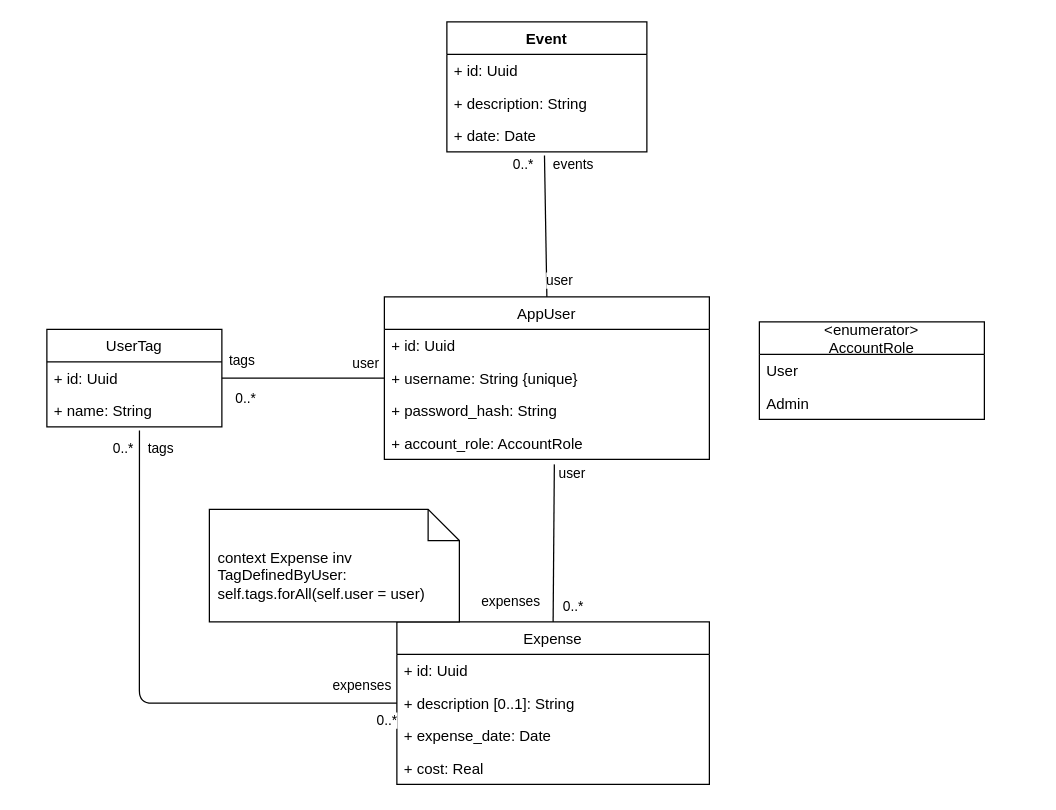
Before: documentation/backend.drawio in Pralkopodobny/snail-soup, a draw.io diagram. Source tidied: cells renumbered, new cells numbered last; positions are measured from the earlier drawing's top-left corner, leaving out a move shared by most shapes. Both pictures are drawn from the tidied source at 125%, with x=0, y=0 at pixel (46, 21).
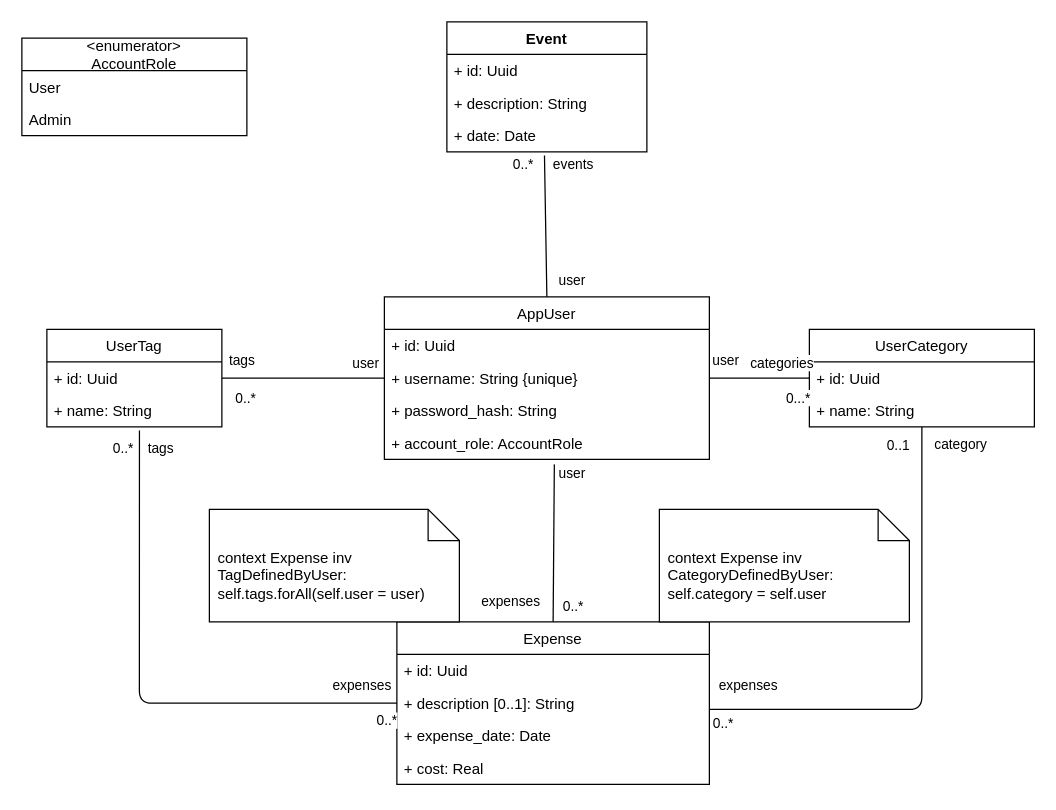
The same diagram, later.

Unchanged cells that the change refers to:
```xml
<mxCell id="9" value="+ username: String {unique}" style="text;strokeColor=none;fillColor=none;align=left;verticalAlign=top;spacingLeft=4;spacingRight=4;overflow=hidden;points=[[0,0.5],[1,0.5]];portConstraint=eastwest;" parent="7" vertex="1">
  <mxGeometry y="52" width="260" height="26" as="geometry" />
</mxCell>
<mxCell id="36" style="endArrow=none;html=1;entryX=0.488;entryY=1.115;entryDx=0;entryDy=0;entryPerimeter=0;exitX=0.5;exitY=0;exitDx=0;exitDy=0;" parent="1" edge="1" source="7" target="35">
  <mxGeometry relative="1" as="geometry" />
</mxCell>
```

Change to the diagram source:
```diff
@@
     <mxCell id="12" value="&lt;enumerator&gt;&#10;AccountRole" style="swimlane;fontStyle=0;horizontal=1;startSize=26;fillColor=none;" parent="1" vertex="1">
-      <mxGeometry x="570" y="240" width="180" height="78" as="geometry" />
+      <mxGeometry x="-20" y="13" width="180" height="78" as="geometry" />
     </mxCell>
@@
     <mxCell id="37" value="user" style="edgeLabel;html=1;align=center;verticalAlign=middle;" parent="36" vertex="1">
       <mxGeometry x="-0.77" y="-1" relative="1" as="geometry">
-        <mxPoint x="9" as="offset" />
+        <mxPoint x="19" as="offset" />
       </mxGeometry>
     </mxCell>
@@
+    <mxCell id="40" value="UserCategory" style="swimlane;fontStyle=0;horizontal=1;startSize=26;fillColor=none;" parent="1" vertex="1">
+      <mxGeometry x="610" y="246" width="180" height="78" as="geometry" />
+    </mxCell>
+    <mxCell id="41" value="+ id: Uuid" style="text;strokeColor=none;fillColor=none;align=left;verticalAlign=top;spacingLeft=4;spacingRight=4;overflow=hidden;points=[[0,0.5],[1,0.5]];portConstraint=eastwest;" parent="40" vertex="1">
+      <mxGeometry y="26" width="180" height="26" as="geometry" />
+    </mxCell>
+    <mxCell id="42" value="+ name: String" style="text;strokeColor=none;fillColor=none;align=left;verticalAlign=top;spacingLeft=4;spacingRight=4;overflow=hidden;" parent="40" vertex="1">
+      <mxGeometry y="52" width="180" height="26" as="geometry" />
+    </mxCell>
+    <mxCell id="43" style="edgeStyle=none;html=1;endArrow=none;endFill=0;" parent="1" edge="1" source="9" target="41">
+      <mxGeometry relative="1" as="geometry" />
+    </mxCell>
+    <mxCell id="44" value="categories" style="edgeLabel;html=1;align=center;verticalAlign=middle;" parent="43" vertex="1">
+      <mxGeometry x="0.59" y="-1" relative="1" as="geometry">
+        <mxPoint x="-7" y="-14" as="offset" />
+      </mxGeometry>
+    </mxCell>
+    <mxCell id="45" value="0...*" style="edgeLabel;html=1;align=center;verticalAlign=middle;" parent="43" vertex="1">
+      <mxGeometry x="0.74" relative="1" as="geometry">
+        <mxPoint y="15" as="offset" />
+      </mxGeometry>
+    </mxCell>
+    <mxCell id="46" value="user" style="edgeLabel;html=1;align=center;verticalAlign=middle;" parent="43" vertex="1">
+      <mxGeometry x="-0.71" y="-1" relative="1" as="geometry">
+        <mxPoint y="-16" as="offset" />
+      </mxGeometry>
+    </mxCell>
+    <mxCell id="47" style="edgeStyle=none;html=1;endArrow=none;endFill=0;" parent="1" edge="1" target="40">
+      <mxGeometry relative="1" as="geometry">
+        <mxPoint x="530" y="550" as="sourcePoint" />
+        <Array as="points">
+          <mxPoint x="700" y="550" />
+        </Array>
+      </mxGeometry>
+    </mxCell>
+    <mxCell id="48" value="category" style="edgeLabel;html=1;align=center;verticalAlign=middle;" parent="47" vertex="1">
+      <mxGeometry x="0.91" y="3" relative="1" as="geometry">
+        <mxPoint x="33" y="-5" as="offset" />
+      </mxGeometry>
+    </mxCell>
+    <mxCell id="49" value="expenses" style="edgeLabel;html=1;align=center;verticalAlign=middle;" parent="47" vertex="1">
+      <mxGeometry x="-0.91" y="5" relative="1" as="geometry">
+        <mxPoint x="12" y="-15" as="offset" />
+      </mxGeometry>
+    </mxCell>
+    <mxCell id="50" value="0..*" style="edgeLabel;html=1;align=center;verticalAlign=middle;" parent="47" vertex="1">
+      <mxGeometry x="-0.89" y="-2" relative="1" as="geometry">
+        <mxPoint x="-12" y="8" as="offset" />
+      </mxGeometry>
+    </mxCell>
+    <mxCell id="51" value="0..1" style="edgeLabel;html=1;align=center;verticalAlign=middle;" parent="47" vertex="1">
+      <mxGeometry x="0.93" y="-4" relative="1" as="geometry">
+        <mxPoint x="-24" as="offset" />
+      </mxGeometry>
+    </mxCell>
+    <mxCell id="52" value="context Expense inv CategoryDefinedByUser:&lt;br&gt;self.category = self.user" style="shape=note2;boundedLbl=1;whiteSpace=wrap;html=1;size=25;verticalAlign=top;align=left;spacingLeft=5;" parent="1" vertex="1">
+      <mxGeometry x="490" y="390" width="200" height="90" as="geometry" />
+    </mxCell>
```
